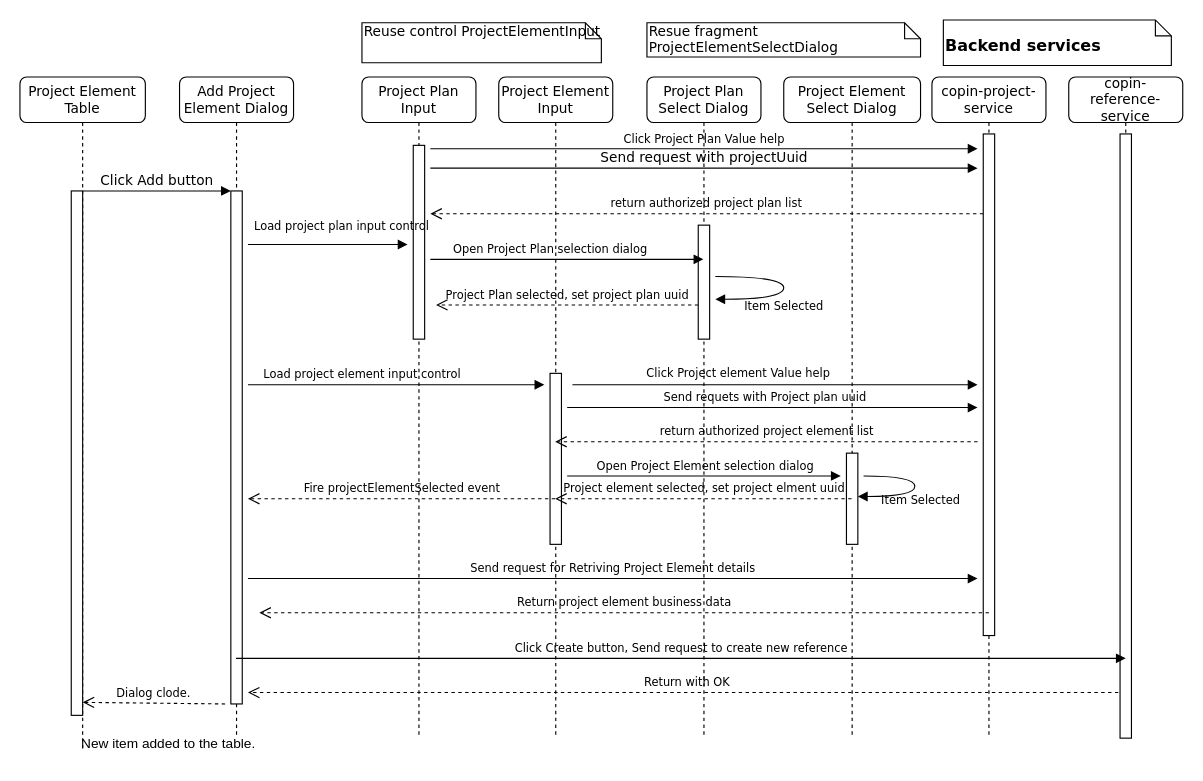
The draw.io diagram Sequence.drawio in KarenChen96/ABAP, before the edit. Source tidied: cells renumbered, new cells numbered last; positions are measured from the earlier drawing's top-left corner, leaving out a move shared by most shapes. Both pictures are drawn from the tidied source at 114%, with x=0, y=0 at pixel (19, 19).
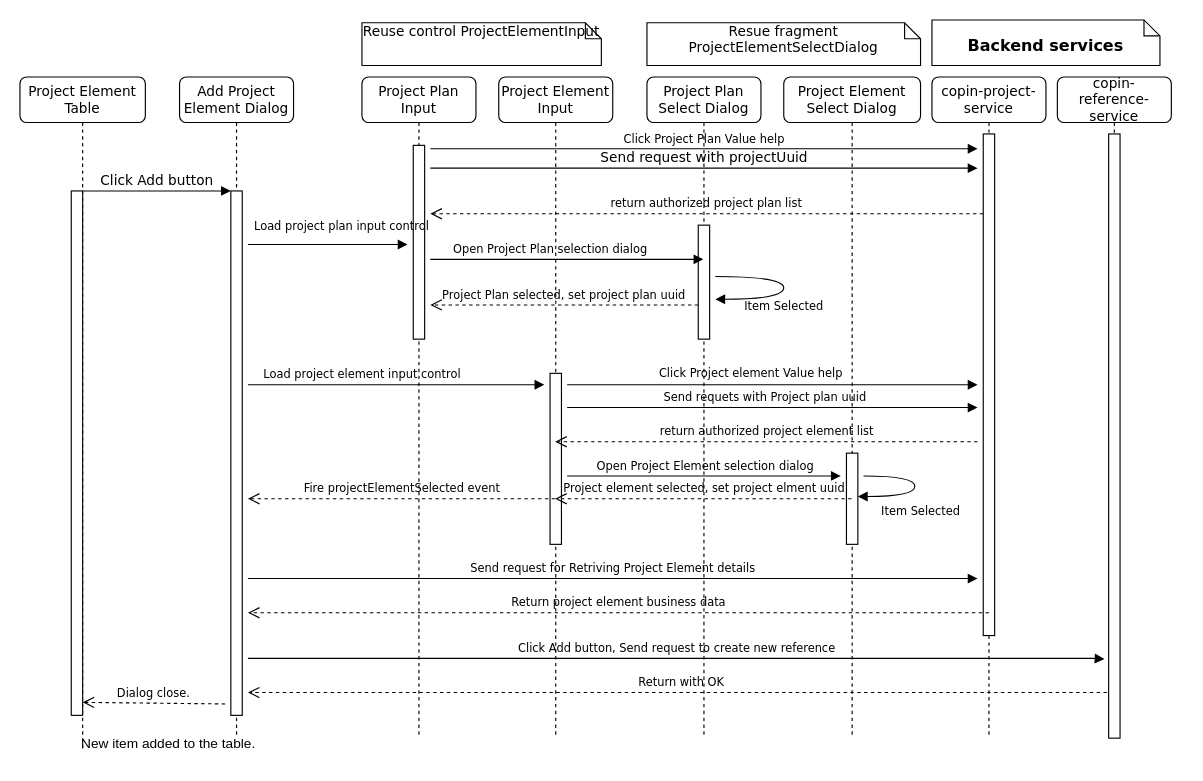
The same page after the edit.

Commit message:
Correct typos

The change refers to these unchanged cells:
```xml
<mxCell id="2" value="Add Project Element Dialog" style="shape=umlLifeline;perimeter=lifelinePerimeter;whiteSpace=wrap;html=1;outlineConnect=0;rounded=1;shadow=0;comic=0;labelBackgroundColor=none;strokeWidth=1;fontFamily=Verdana;fontSize=12;align=center;" parent="1" vertex="1">
  <mxGeometry x="140" y="50" width="100" height="580" as="geometry" />
</mxCell>
<mxCell id="7" value="Project Element Input" style="shape=umlLifeline;perimeter=lifelinePerimeter;whiteSpace=wrap;html=1;outlineConnect=0;rounded=1;shadow=0;comic=0;labelBackgroundColor=none;strokeWidth=1;fontFamily=Verdana;fontSize=12;align=center;" parent="1" vertex="1">
  <mxGeometry x="420" y="50" width="100" height="580" as="geometry" />
</mxCell>
<mxCell id="15" value="Project Element Select Dialog" style="shape=umlLifeline;perimeter=lifelinePerimeter;whiteSpace=wrap;html=1;outlineConnect=0;rounded=1;shadow=0;comic=0;labelBackgroundColor=none;strokeWidth=1;fontFamily=Verdana;fontSize=12;align=center;" parent="1" vertex="1">
  <mxGeometry x="670" y="50" width="120" height="580" as="geometry" />
</mxCell>
<mxCell id="18" value="Project Element Table" style="shape=umlLifeline;perimeter=lifelinePerimeter;whiteSpace=wrap;html=1;rounded=1;shadow=0;comic=0;labelBackgroundColor=none;strokeWidth=1;fontFamily=Verdana;fontSize=12;align=center;" parent="1" vertex="1">
  <mxGeometry y="50" width="110" height="590" as="geometry" />
</mxCell>
<mxCell id="41" style="html=1;points=[];perimeter=orthogonalPerimeter;rounded=0;shadow=0;comic=0;labelBackgroundColor=none;strokeWidth=1;fontFamily=Verdana;fontSize=12;align=center;" parent="40" vertex="1">
  <mxGeometry x="45" y="50" width="10" height="530" as="geometry" />
</mxCell>
```

What changed in the source:
```diff
@@
     <mxCell id="4" style="html=1;points=[];perimeter=orthogonalPerimeter;rounded=0;shadow=0;comic=0;labelBackgroundColor=none;strokeWidth=1;fontFamily=Verdana;fontSize=12;align=center;" parent="2" vertex="1">
-      <mxGeometry x="45" y="100" width="10" height="450" as="geometry" />
+      <mxGeometry x="45" y="100" width="10" height="460" as="geometry" />
     </mxCell>
@@
     <mxCell id="9" value="&lt;font style=&quot;font-size: 10px;&quot;&gt;Project Plan selected, set project plan uuid&lt;/font&gt;" style="html=1;verticalAlign=bottom;endArrow=open;dashed=1;endSize=8;labelBackgroundColor=none;fontFamily=Verdana;fontSize=12;" parent="7" edge="1">
       <mxGeometry relative="1" as="geometry">
         <mxPoint x="175" y="200" as="sourcePoint" />
-        <mxPoint x="-55" y="200" as="targetPoint" />
+        <mxPoint x="-60" y="200" as="targetPoint" />
         <Array as="points">
           <mxPoint x="135" y="200" />
         </Array>
       </mxGeometry>
     </mxCell>
@@
     <mxCell id="17" value="&lt;font style=&quot;font-size: 10px;&quot;&gt;Item Selected&lt;/font&gt;" style="html=1;verticalAlign=bottom;endArrow=block;labelBackgroundColor=none;fontFamily=Verdana;fontSize=12;elbow=vertical;edgeStyle=orthogonalEdgeStyle;curved=1;" parent="15" edge="1">
-      <mxGeometry x="0.12" y="13" relative="1" as="geometry">
+      <mxGeometry x="0.12" y="23" relative="1" as="geometry">
         <mxPoint x="70" y="350" as="sourcePoint" />
         <mxPoint x="65" y="368" as="targetPoint" />
         <Array as="points">
           <mxPoint x="115" y="350" />
           <mxPoint x="115" y="368" />
         </Array>
         <mxPoint x="5" y="-1" as="offset" />
       </mxGeometry>
     </mxCell>
@@
-    <mxCell id="20" value="&lt;font style=&quot;font-size: 10px;&quot;&gt;Dialog clode.&lt;/font&gt;" style="html=1;verticalAlign=bottom;endArrow=open;dashed=1;endSize=8;labelBackgroundColor=none;fontFamily=Verdana;fontSize=12;" parent="18" edge="1">
+    <mxCell id="20" value="&lt;font style=&quot;font-size: 10px;&quot;&gt;Dialog close.&lt;/font&gt;" style="html=1;verticalAlign=bottom;endArrow=open;dashed=1;endSize=8;labelBackgroundColor=none;fontFamily=Verdana;fontSize=12;" parent="18" edge="1">
       <mxGeometry relative="1" as="geometry">
         <mxPoint x="180" y="550" as="sourcePoint" />
         <mxPoint x="55" y="548.6" as="targetPoint" />
       </mxGeometry>
     </mxCell>
@@
-    <mxCell id="24" value="Reuse control ProjectElementInput" style="shape=note;whiteSpace=wrap;html=1;size=14;verticalAlign=top;align=left;spacingTop=-6;rounded=0;shadow=0;comic=0;labelBackgroundColor=none;strokeWidth=1;fontFamily=Verdana;fontSize=12;" parent="1" vertex="1">
-      <mxGeometry x="300" y="2.5" width="210" height="35" as="geometry" />
+    <mxCell id="24" value="Reuse control ProjectElementInput" style="shape=note;whiteSpace=wrap;html=1;size=14;verticalAlign=top;align=center;spacingTop=-6;rounded=0;shadow=0;comic=0;labelBackgroundColor=none;strokeWidth=1;fontFamily=Verdana;fontSize=12;" parent="1" vertex="1">
+      <mxGeometry x="300" y="2.5" width="210" height="37.5" as="geometry" />
     </mxCell>
-    <mxCell id="25" value="&lt;h3&gt;&lt;font style=&quot;font-size: 14px;&quot;&gt;Backend services&lt;/font&gt;&lt;/h3&gt;" style="shape=note;whiteSpace=wrap;html=1;size=14;verticalAlign=top;align=left;spacingTop=-6;rounded=0;shadow=0;comic=0;labelBackgroundColor=none;strokeWidth=1;fontFamily=Verdana;fontSize=12;" parent="1" vertex="1">
-      <mxGeometry x="810" width="200" height="40" as="geometry" />
+    <mxCell id="25" value="&lt;h3&gt;&lt;font style=&quot;font-size: 14px;&quot;&gt;Backend services&lt;/font&gt;&lt;/h3&gt;" style="shape=note;whiteSpace=wrap;html=1;size=14;verticalAlign=top;align=center;spacingTop=-6;rounded=0;shadow=0;comic=0;labelBackgroundColor=none;strokeWidth=1;fontFamily=Verdana;fontSize=12;" parent="1" vertex="1">
+      <mxGeometry x="800" width="200" height="40" as="geometry" />
     </mxCell>
-    <mxCell id="26" value="Resue fragment ProjectElementSelectDialog" style="shape=note;whiteSpace=wrap;html=1;size=14;verticalAlign=top;align=left;spacingTop=-6;rounded=0;shadow=0;comic=0;labelBackgroundColor=none;strokeWidth=1;fontFamily=Verdana;fontSize=12;" parent="1" vertex="1">
-      <mxGeometry x="550" y="2.5" width="240" height="30" as="geometry" />
+    <mxCell id="26" value="Resue fragment ProjectElementSelectDialog" style="shape=note;whiteSpace=wrap;html=1;size=14;verticalAlign=top;align=center;spacingTop=-6;rounded=0;shadow=0;comic=0;labelBackgroundColor=none;strokeWidth=1;fontFamily=Verdana;fontSize=12;" parent="1" vertex="1">
+      <mxGeometry x="550" y="2.5" width="240" height="37.5" as="geometry" />
     </mxCell>
@@
     <mxCell id="31" value="&lt;font style=&quot;font-size: 10px;&quot;&gt;Click Project element Value help&lt;/font&gt;" style="html=1;verticalAlign=bottom;endArrow=block;labelBackgroundColor=none;fontFamily=Verdana;fontSize=12;edgeStyle=elbowEdgeStyle;elbow=vertical;" parent="1" edge="1">
       <mxGeometry x="-0.11" y="1" relative="1" as="geometry">
-        <mxPoint x="500" y="320" as="sourcePoint" />
+        <mxPoint x="480" y="320" as="sourcePoint" />
         <mxPoint x="840" y="320" as="targetPoint" />
         <Array as="points">
           <mxPoint x="480" y="320" />
           <mxPoint x="560" y="250" />
           <mxPoint x="300" y="380" />
           <mxPoint x="190" y="370" />
         </Array>
         <mxPoint x="1" as="offset" />
       </mxGeometry>
     </mxCell>
@@
     <mxCell id="39" value="&lt;font style=&quot;font-size: 10px;&quot;&gt;Return project element business data&lt;/font&gt;" style="html=1;verticalAlign=bottom;endArrow=open;dashed=1;endSize=8;labelBackgroundColor=none;fontFamily=Verdana;fontSize=12;" parent="1" edge="1">
       <mxGeometry relative="1" as="geometry">
         <mxPoint x="850" y="520" as="sourcePoint" />
-        <mxPoint x="210" y="520" as="targetPoint" />
+        <mxPoint x="200" y="520" as="targetPoint" />
       </mxGeometry>
     </mxCell>
     <mxCell id="40" value="copin-reference-service" style="shape=umlLifeline;perimeter=lifelinePerimeter;whiteSpace=wrap;html=1;outlineConnect=0;rounded=1;shadow=0;comic=0;labelBackgroundColor=none;strokeWidth=1;fontFamily=Verdana;fontSize=12;align=center;" parent="1" vertex="1">
-      <mxGeometry x="920" y="50" width="100" height="580" as="geometry" />
+      <mxGeometry x="910" y="50" width="100" height="580" as="geometry" />
     </mxCell>
@@
-    <mxCell id="42" value="&lt;font style=&quot;font-size: 10px;&quot;&gt;Click Create button, Send request to create new reference&lt;/font&gt;" style="html=1;verticalAlign=bottom;endArrow=block;labelBackgroundColor=none;fontFamily=Verdana;fontSize=12;" parent="1" edge="1" source="2">
+    <mxCell id="42" value="&lt;font style=&quot;font-size: 10px;&quot;&gt;Click Add button, Send request to create new reference&lt;/font&gt;" style="html=1;verticalAlign=bottom;endArrow=block;labelBackgroundColor=none;fontFamily=Verdana;fontSize=12;entryX=-0.367;entryY=0.869;entryDx=0;entryDy=0;entryPerimeter=0;" parent="1" edge="1" target="41">
       <mxGeometry relative="1" as="geometry">
-        <mxPoint x="970" y="560" as="targetPoint" />
+        <mxPoint x="200" y="560" as="sourcePoint" />
         <Array as="points">
           <mxPoint x="340" y="560" />
           <mxPoint x="540" y="560" />
           <mxPoint x="940" y="560" />
         </Array>
       </mxGeometry>
     </mxCell>
```
